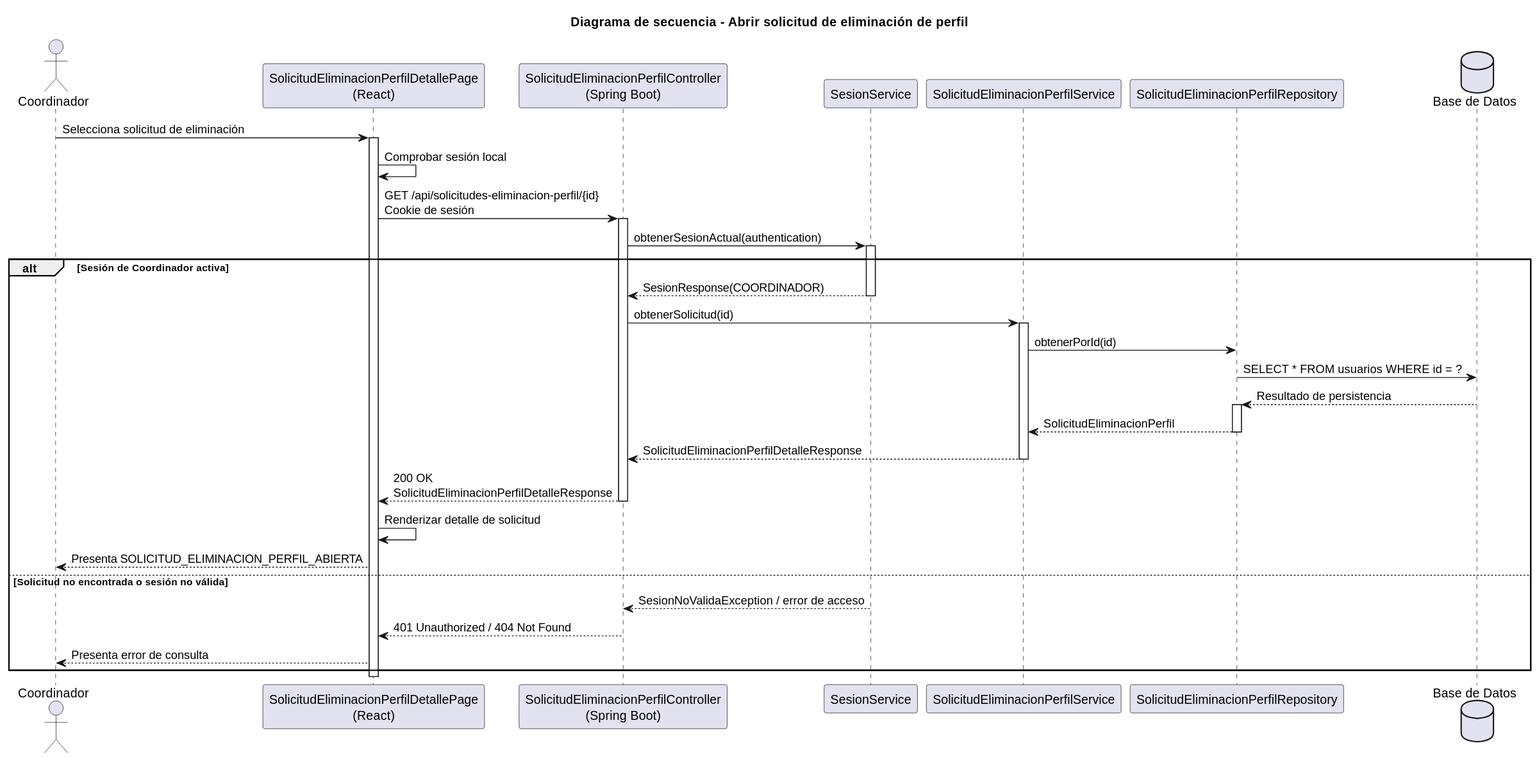
This is images/RUP/02-diseño/casos-uso/coordinador/abrirSolicitudEliminacionPerfil/secuencia.svg from beatriizorozco/25-26-idsw2-sdVC, a PlantUML export, as it was before one commit.
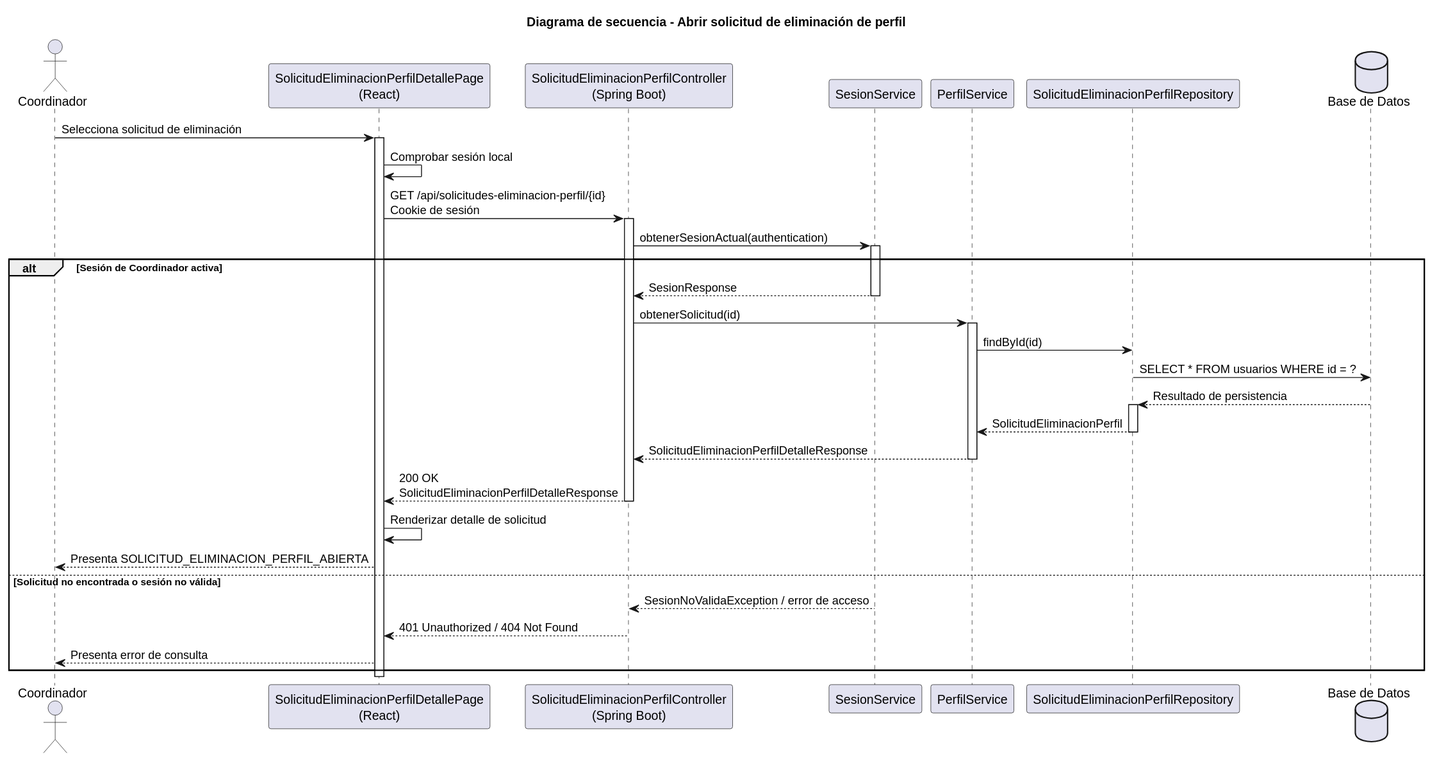
After the commit.

Diff of the diagram source:
```diff
@@ -5,7 +5,7 @@
 participant "SolicitudEliminacionPerfilDetallePage\n(React)" as Frontend
 participant "SolicitudEliminacionPerfilController\n(Spring Boot)" as Api
 participant "SesionService" as Sesion
-participant "SolicitudEliminacionPerfilService" as SolicitudService
+participant "PerfilService" as SolicitudService
 participant "SolicitudEliminacionPerfilRepository" as SolicitudRepository
 database "Base de Datos" as DB
 
@@ -17,11 +17,11 @@
 Api -> Sesion: obtenerSesionActual(authentication)
 activate Sesion
 alt Sesión de Coordinador activa
-    Sesion --> Api: SesionResponse(COORDINADOR)
+    Sesion --> Api: SesionResponse
     deactivate Sesion
     Api -> SolicitudService: obtenerSolicitud(id)
     activate SolicitudService
-    SolicitudService -> SolicitudRepository: obtenerPorId(id)
+    SolicitudService -> SolicitudRepository: findById(id)
     SolicitudRepository -> DB: SELECT * FROM usuarios WHERE id = ?
     DB --> SolicitudRepository: Resultado de persistencia
     activate SolicitudRepository
```
